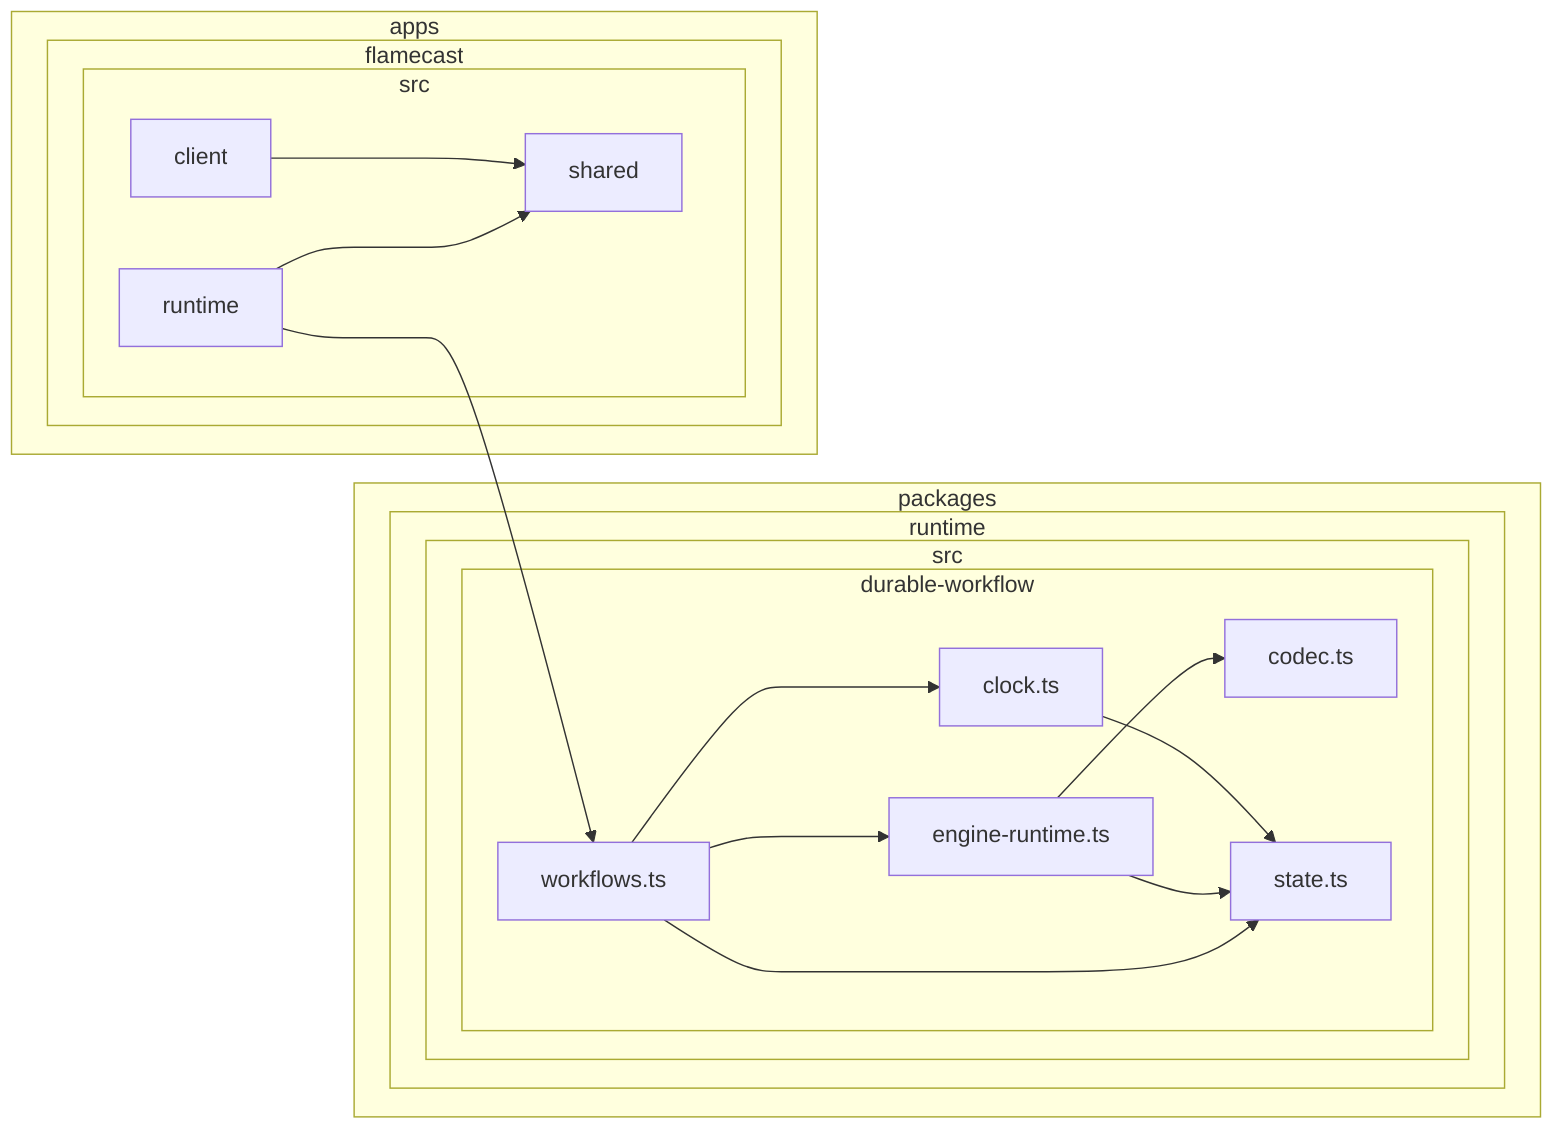
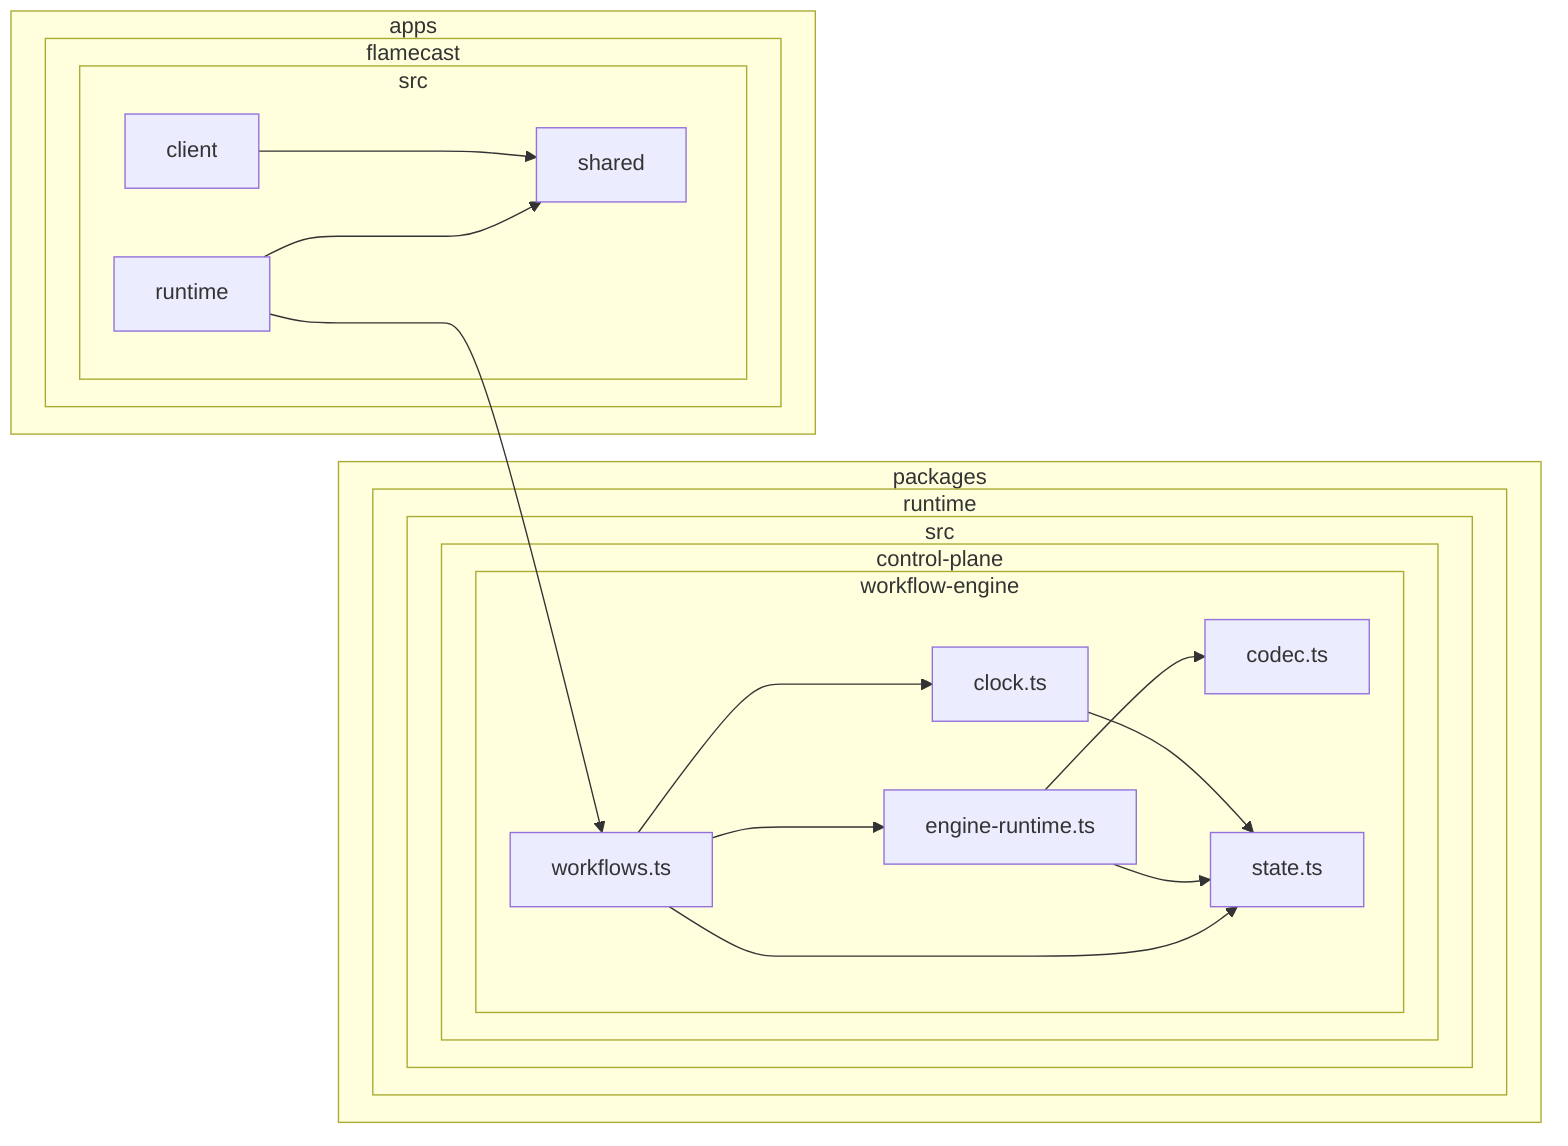
flowchart LR

subgraph 0["apps"]
subgraph 1["flamecast"]
subgraph 2["src"]
3["client"]
4["runtime"]
5["shared"]
end
end
end
subgraph 6["packages"]
subgraph 7["runtime"]
subgraph 8["src"]
- subgraph 9["durable-workflow"]
- A["clock.ts"]
- B["codec.ts"]
- C["engine-runtime.ts"]
- D["state.ts"]
- E["workflows.ts"]
+ subgraph 9["control-plane"]
+ subgraph A["workflow-engine"]
+ B["clock.ts"]
+ C["codec.ts"]
+ D["engine-runtime.ts"]
+ E["state.ts"]
+ F["workflows.ts"]
+ end
end
end
end
end
3-->5
4-->5
- 4-->E
- A-->D
- C-->B
- C-->D
- E-->A
- E-->C
- E-->D
+ 4-->F
+ B-->E
+ D-->C
+ D-->E
+ F-->B
+ F-->D
+ F-->E
